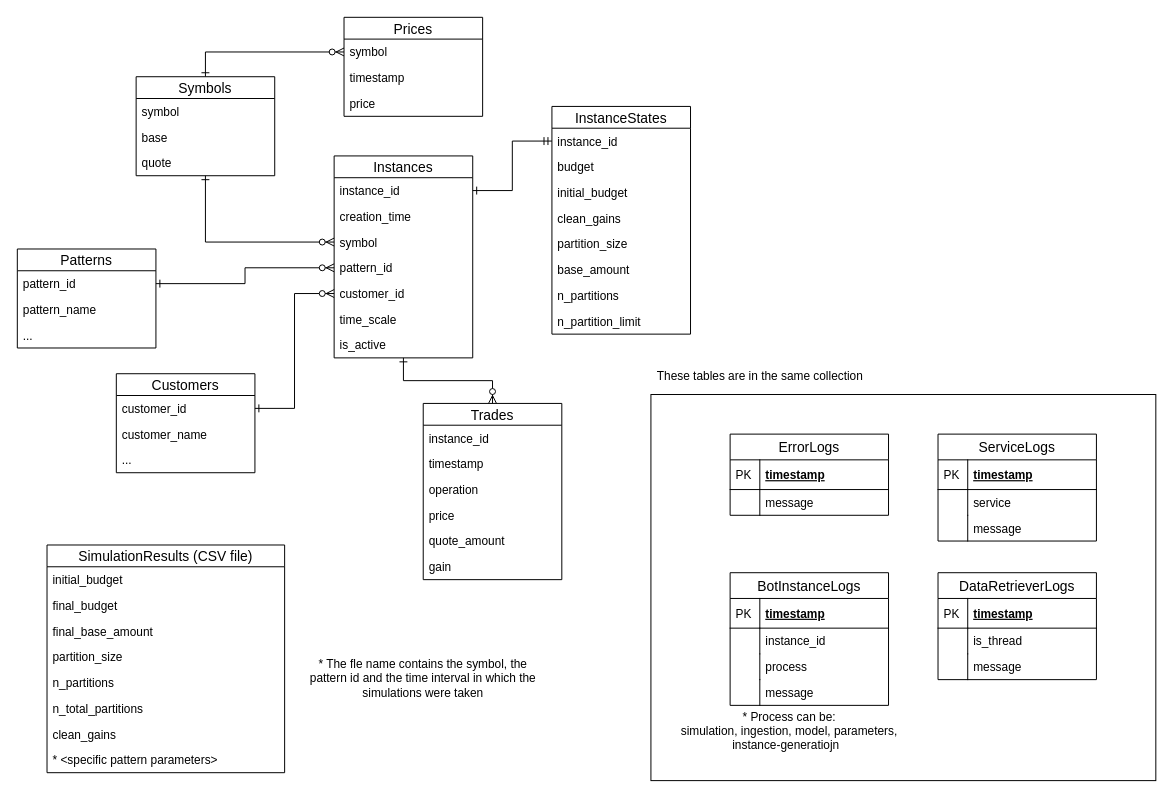
ruiz-salvat/morfeo keeps this draw.io diagram as Docs/Diagrams/EDRDiagram.drawio. Above is the earlier version. Source tidied: cells renumbered, new cells numbered last; positions are measured from the earlier drawing's top-left corner, leaving out a move shared by most shapes. Both pictures are drawn from the tidied source at 99%, with x=0, y=0 at pixel (17, 17).
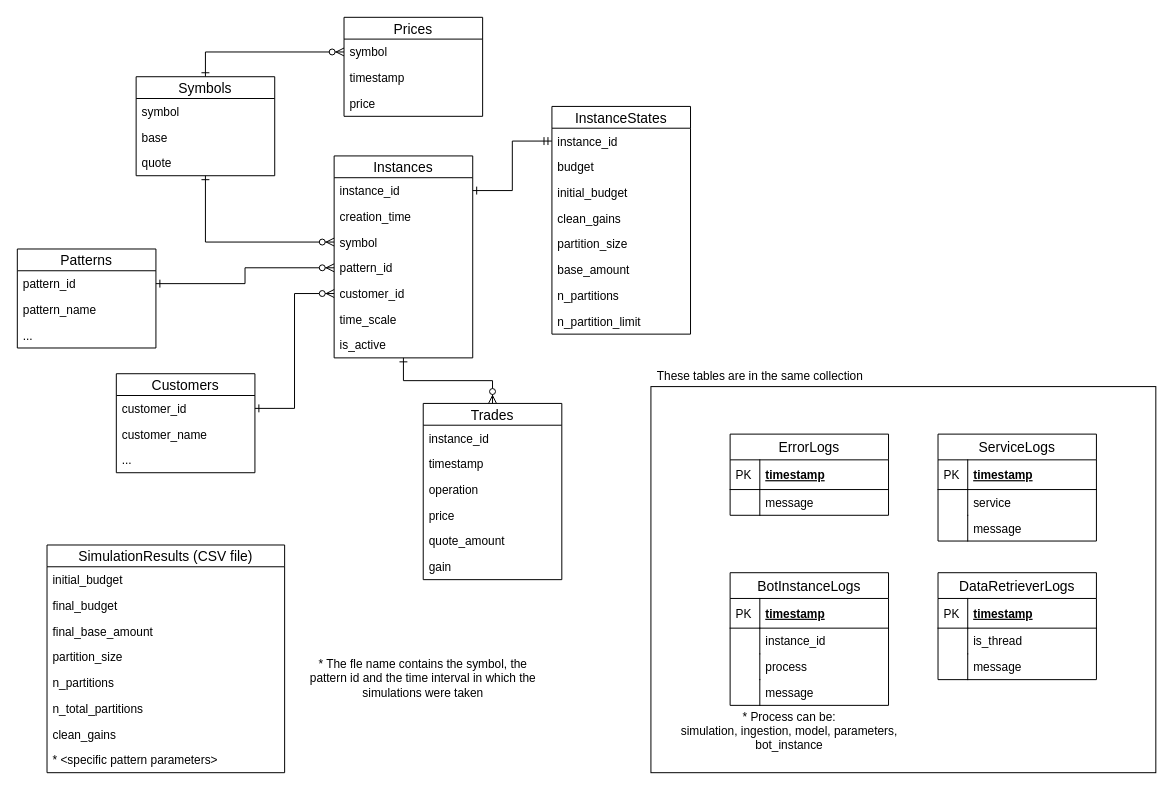
The same diagram, later.

The edit, as a diff of the source:
```diff
@@
-    <mxCell id="58" value="* Process can be:&lt;br&gt;simulation, ingestion, model, parameters, instance-generatiojn&amp;nbsp;&amp;nbsp;" style="text;html=1;strokeColor=none;fillColor=none;align=center;verticalAlign=middle;whiteSpace=wrap;rounded=0;" parent="1" vertex="1">
+    <mxCell id="58" value="* Process can be:&lt;br&gt;simulation, ingestion, model, parameters, bot_instance" style="text;html=1;strokeColor=none;fillColor=none;align=center;verticalAlign=middle;whiteSpace=wrap;rounded=0;" parent="1" vertex="1">
       <mxGeometry x="650" y="701" width="260" height="40" as="geometry" />
     </mxCell>
     <mxCell id="59" style="rounded=0;whiteSpace=wrap;html=1;fillColor=none;" parent="1" vertex="1">
-      <mxGeometry x="640" y="381" width="510" height="390" as="geometry" />
+      <mxGeometry x="640" y="373" width="510" height="390" as="geometry" />
     </mxCell>
```
